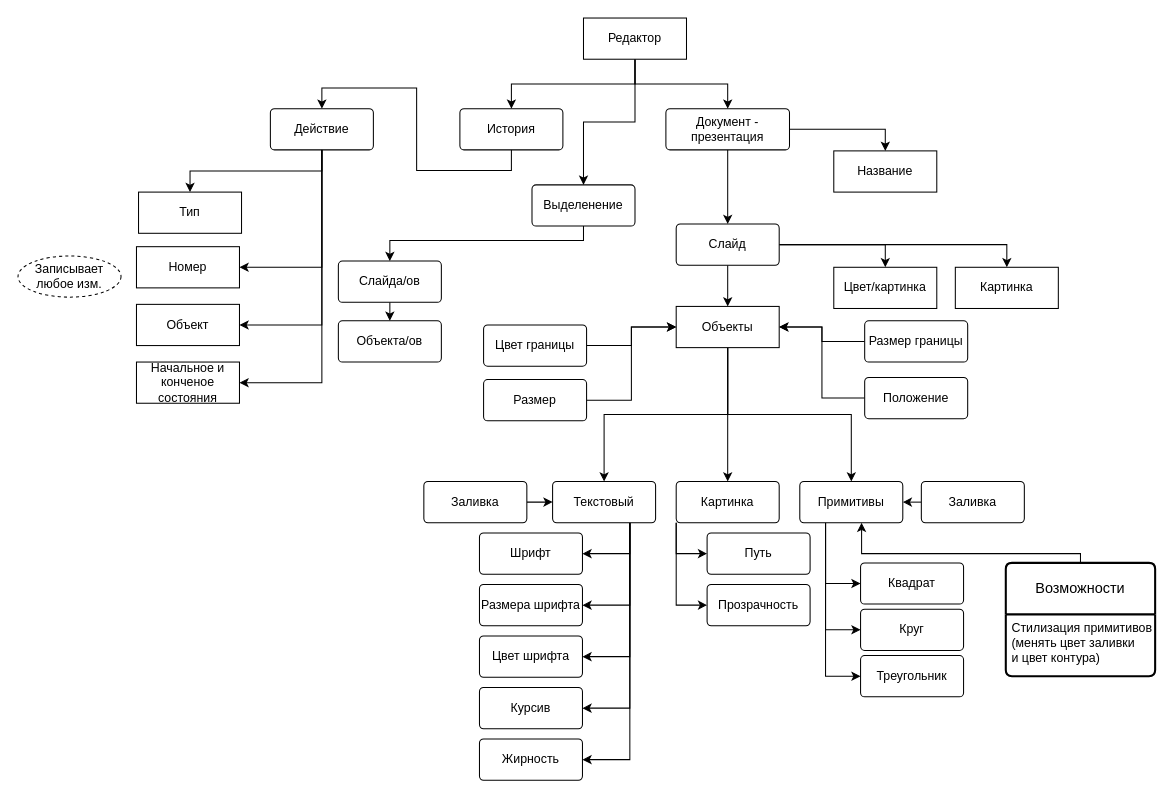
The draw.io diagram Presentation Maker Structure.drawio in Kortasfa/COM, before the edit. Source tidied: cells renumbered, new cells numbered last; positions are measured from the earlier drawing's top-left corner, leaving out a move shared by most shapes. Both pictures are drawn from the tidied source at 103%, with x=0, y=0 at pixel (18, 18).
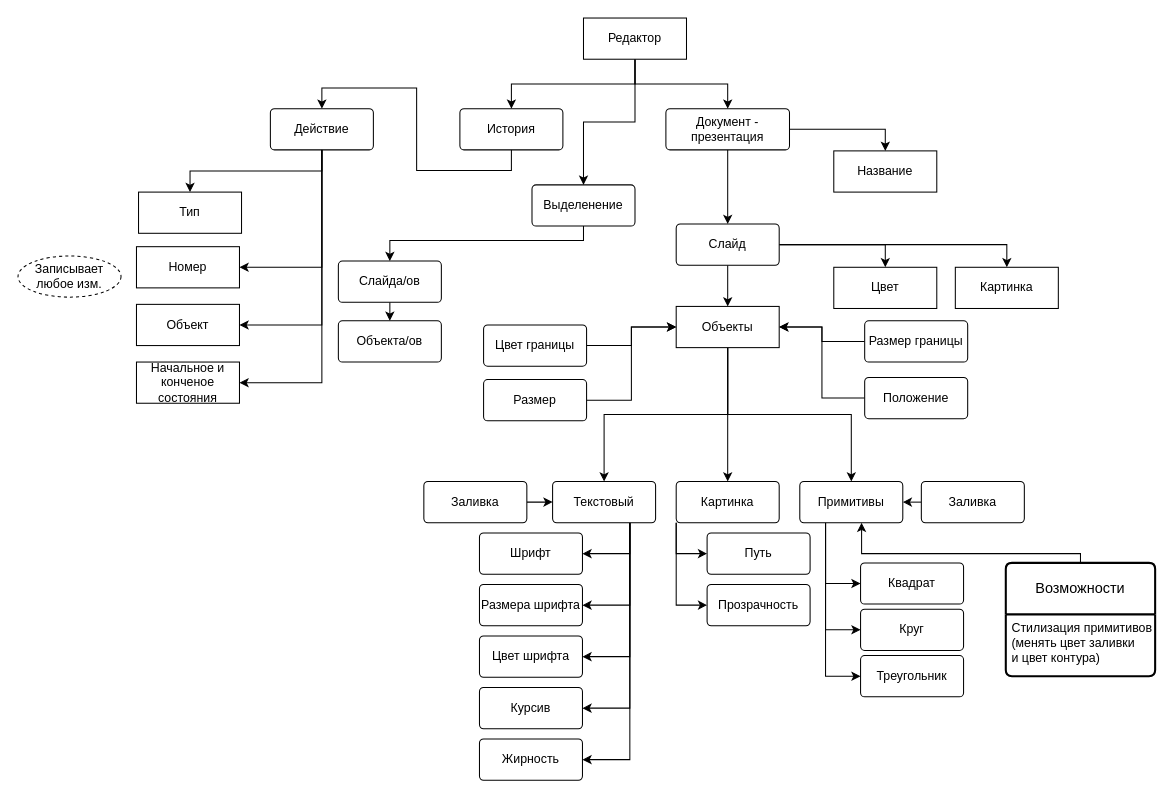
The same page after the edit.

Change to the diagram source:
```diff
@@
-    <mxCell id="60" value="Цвет/картинка" style="whiteSpace=wrap;html=1;align=center;" parent="1" vertex="1">
+    <mxCell id="60" value="Цвет" style="whiteSpace=wrap;html=1;align=center;" parent="1" vertex="1">
       <mxGeometry x="792" y="242" width="100" height="40" as="geometry" />
     </mxCell>
```
